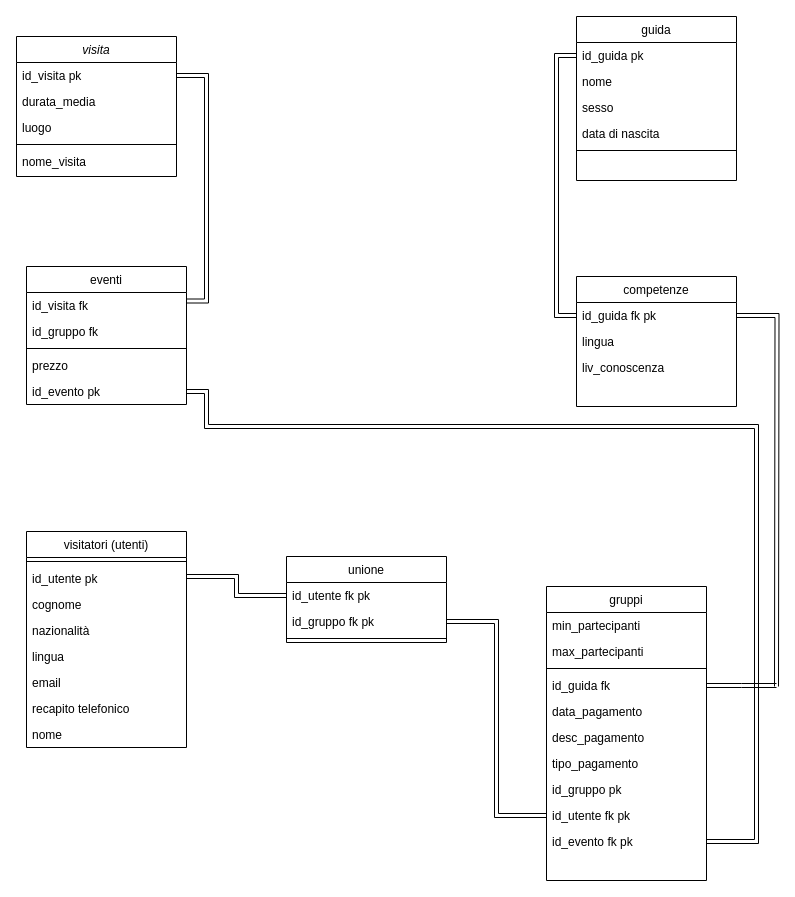
Earlier version of the draw.io diagram tabelle.drawio (nunzilor/societ-turistica). Source tidied: cells renumbered, new cells numbered last; positions are measured from the earlier drawing's top-left corner, leaving out a move shared by most shapes. Both pictures are drawn from the tidied source at 100%, with x=0, y=0 at pixel (16, 16).
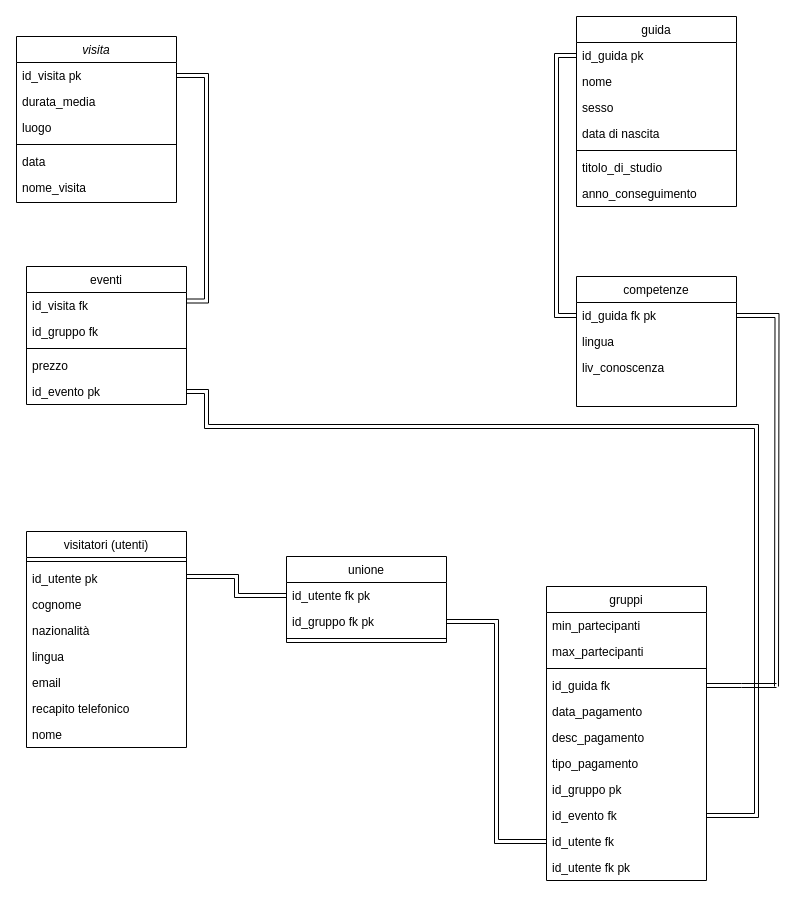
Above is the later version.

The change refers to these unchanged cells:
```xml
<mxCell id="13" value="id_evento pk" style="text;align=left;verticalAlign=top;spacingLeft=4;spacingRight=4;overflow=hidden;points=[[0,0.5],[1,0.5]];portConstraint=eastwest;" parent="8" vertex="1">
  <mxGeometry y="112" width="160" height="26" as="geometry" />
</mxCell>
<mxCell id="24" value="gruppi" style="swimlane;fontStyle=0;align=center;verticalAlign=top;horizontal=1;startSize=26;rounded=0;shadow=0;strokeWidth=1;" parent="1" vertex="1">
  <mxGeometry x="530" y="570" width="160" height="294" as="geometry" />
</mxCell>
```

Diff of the diagram source:
```diff
@@
     <mxCell id="2" value="visita" style="swimlane;fontStyle=2;align=center;verticalAlign=top;horizontal=1;startSize=26;rounded=0;shadow=0;strokeWidth=1;" parent="1" vertex="1">
-      <mxGeometry y="20" width="160" height="140" as="geometry" />
+      <mxGeometry y="20" width="160" height="166" as="geometry" />
     </mxCell>
@@
+    <mxCell id="55" value="data" style="text;align=left;verticalAlign=top;spacingLeft=4;spacingRight=4;overflow=hidden;rounded=0;shadow=0;html=0;" parent="2" vertex="1">
+      <mxGeometry y="112" width="160" height="26" as="geometry" />
+    </mxCell>
     <mxCell id="7" value="nome_visita" style="text;align=left;verticalAlign=top;spacingLeft=4;spacingRight=4;overflow=hidden;" parent="2" vertex="1">
-      <mxGeometry y="112" width="160" height="28" as="geometry" />
+      <mxGeometry y="138" width="160" height="28" as="geometry" />
     </mxCell>
@@
     <mxCell id="18" value="guida" style="swimlane;fontStyle=0;align=center;verticalAlign=top;horizontal=1;startSize=26;rounded=0;shadow=0;strokeWidth=1;" parent="1" vertex="1">
-      <mxGeometry x="560" width="160" height="164" as="geometry" />
+      <mxGeometry x="560" width="160" height="190" as="geometry" />
     </mxCell>
@@
+    <mxCell id="56" value="titolo_di_studio" style="text;align=left;verticalAlign=top;spacingLeft=4;spacingRight=4;overflow=hidden;rounded=0;shadow=0;html=0;" parent="18" vertex="1">
+      <mxGeometry y="138" width="160" height="26" as="geometry" />
+    </mxCell>
+    <mxCell id="57" value="anno_conseguimento" style="text;align=left;verticalAlign=top;spacingLeft=4;spacingRight=4;overflow=hidden;rounded=0;shadow=0;html=0;" parent="18" vertex="1">
+      <mxGeometry y="164" width="160" height="26" as="geometry" />
+    </mxCell>
@@
+    <mxCell id="34" value="id_evento fk" style="text;align=left;verticalAlign=top;spacingLeft=4;spacingRight=4;overflow=hidden;points=[[0,0.5],[1,0.5]];portConstraint=eastwest;" parent="24" vertex="1">
+      <mxGeometry y="216" width="160" height="26" as="geometry" />
+    </mxCell>
-    <mxCell id="33" value="id_utente fk pk" style="text;align=left;verticalAlign=top;spacingLeft=4;spacingRight=4;overflow=hidden;points=[[0,0.5],[1,0.5]];portConstraint=eastwest;" parent="24" vertex="1">
-      <mxGeometry y="216" width="160" height="26" as="geometry" />
+    <mxCell id="33" value="id_utente fk" style="text;align=left;verticalAlign=top;spacingLeft=4;spacingRight=4;overflow=hidden;points=[[0,0.5],[1,0.5]];portConstraint=eastwest;" parent="24" vertex="1">
+      <mxGeometry y="242" width="160" height="26" as="geometry" />
     </mxCell>
-    <mxCell id="34" value="id_evento fk pk" style="text;align=left;verticalAlign=top;spacingLeft=4;spacingRight=4;overflow=hidden;points=[[0,0.5],[1,0.5]];portConstraint=eastwest;" parent="24" vertex="1">
-      <mxGeometry y="242" width="160" height="26" as="geometry" />
-    </mxCell>
+    <mxCell id="58" value="id_utente fk pk" style="text;align=left;verticalAlign=top;spacingLeft=4;spacingRight=4;overflow=hidden;" parent="24" vertex="1">
+      <mxGeometry y="268" width="160" height="26" as="geometry" />
+    </mxCell>
@@
     <mxCell id="49" style="edgeStyle=orthogonalEdgeStyle;shape=link;rounded=0;jettySize=auto;html=1;entryX=1;entryY=0.5;entryDx=0;entryDy=0;exitX=1;exitY=0.5;exitDx=0;exitDy=0;" parent="1" edge="1" source="13" target="34">
       <mxGeometry relative="1" as="geometry">
         <Array as="points">
           <mxPoint x="190" y="375" />
           <mxPoint x="190" y="410" />
           <mxPoint x="740" y="410" />
-          <mxPoint x="740" y="825" />
+          <mxPoint x="740" y="799" />
         </Array>
       </mxGeometry>
     </mxCell>
```
